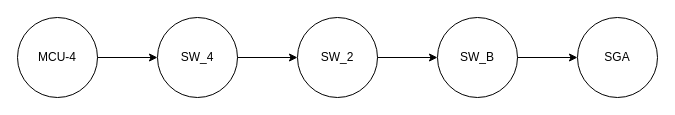
Fre-Ar/RSIS keeps this draw.io diagram as Figs/drawio/baseline.drawio. Above is the earlier version. Source tidied: cells renumbered, new cells numbered last; positions are measured from the earlier drawing's top-left corner, leaving out a move shared by most shapes. Both pictures are drawn from the tidied source at 100%, with x=0, y=0 at pixel (17, 17).
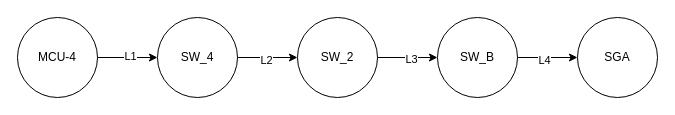
Above is the later version.

What changed in the source:
```diff
@@
 <mxGraphModel>
   <root>
     <mxCell id="0" />
     <mxCell id="1" parent="0" />
     <mxCell id="2" value="MCU-4" style="ellipse;whiteSpace=wrap;html=1;shapeInside=1;" parent="1" vertex="1">
       <mxGeometry width="80" height="80" as="geometry" />
     </mxCell>
     <mxCell id="3" value="SW_4" style="ellipse;whiteSpace=wrap;html=1;shapeInside=1;" parent="1" vertex="1">
       <mxGeometry x="140" width="80" height="80" as="geometry" />
     </mxCell>
     <mxCell id="4" value="SW_2" style="ellipse;whiteSpace=wrap;html=1;shapeInside=1;" parent="1" vertex="1">
       <mxGeometry x="280" width="80" height="80" as="geometry" />
     </mxCell>
     <mxCell id="5" value="SW_B" style="ellipse;whiteSpace=wrap;html=1;shapeInside=1;" parent="1" vertex="1">
       <mxGeometry x="420" width="80" height="80" as="geometry" />
     </mxCell>
     <mxCell id="6" value="SGA" style="ellipse;whiteSpace=wrap;html=1;shapeInside=1;" parent="1" vertex="1">
       <mxGeometry x="560" width="80" height="80" as="geometry" />
     </mxCell>
     <mxCell id="7" style="endArrow=classic;html=1;rounded=0;defaultLabelBackgroundColor=page;labelPadding=0 4;exitX=1;exitY=0.5;exitDx=0;exitDy=0;entryX=0;entryY=0.5;entryDx=0;entryDy=0;" parent="1" edge="1" source="2" target="3">
       <mxGeometry relative="1" as="geometry" />
     </mxCell>
+    <mxCell id="11" value="L1" style="edgeLabel;html=1;align=center;verticalAlign=middle;inheritText=1;defaultLabelBackgroundColor=page;labelPadding=0 4;" parent="7" vertex="1">
+      <mxGeometry x="0.05" y="2" relative="1" as="geometry" />
+    </mxCell>
     <mxCell id="8" style="endArrow=classic;html=1;rounded=0;defaultLabelBackgroundColor=page;labelPadding=0 4;exitX=1;exitY=0.5;exitDx=0;exitDy=0;entryX=0;entryY=0.5;entryDx=0;entryDy=0;" parent="1" edge="1" source="3" target="4">
       <mxGeometry relative="1" as="geometry" />
     </mxCell>
+    <mxCell id="12" value="L2" style="edgeLabel;html=1;align=center;verticalAlign=middle;inheritText=1;defaultLabelBackgroundColor=page;labelPadding=0 4;" parent="8" vertex="1">
+      <mxGeometry x="-0.08" y="-2" relative="1" as="geometry" />
+    </mxCell>
     <mxCell id="9" style="endArrow=classic;html=1;rounded=0;defaultLabelBackgroundColor=page;labelPadding=0 4;exitX=1;exitY=0.5;exitDx=0;exitDy=0;entryX=0;entryY=0.5;entryDx=0;entryDy=0;" parent="1" edge="1" source="4" target="5">
       <mxGeometry relative="1" as="geometry" />
     </mxCell>
+    <mxCell id="13" value="L3" style="edgeLabel;html=1;align=center;verticalAlign=middle;inheritText=1;defaultLabelBackgroundColor=page;labelPadding=0 4;" parent="9" vertex="1">
+      <mxGeometry x="0.09" y="-1" relative="1" as="geometry" />
+    </mxCell>
     <mxCell id="10" style="endArrow=classic;html=1;rounded=0;defaultLabelBackgroundColor=page;labelPadding=0 4;exitX=1;exitY=0.5;exitDx=0;exitDy=0;entryX=0;entryY=0.5;entryDx=0;entryDy=0;" parent="1" edge="1" source="5" target="6">
       <mxGeometry relative="1" as="geometry" />
     </mxCell>
+    <mxCell id="14" value="L4" style="edgeLabel;html=1;align=center;verticalAlign=middle;inheritText=1;defaultLabelBackgroundColor=page;labelPadding=0 4;" parent="10" vertex="1">
+      <mxGeometry x="-0.15" y="-2" relative="1" as="geometry" />
+    </mxCell>
   </root>
 </mxGraphModel>
```
